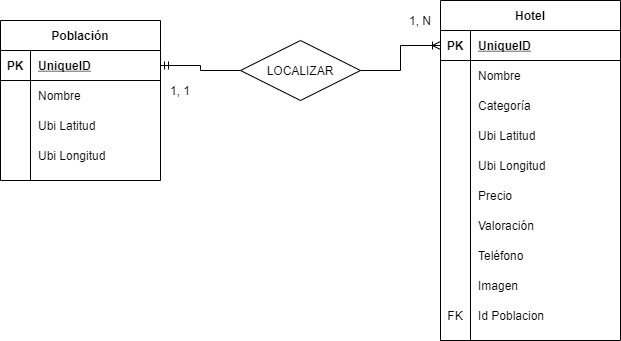
FGomis/ProyectoEquipo4 keeps this draw.io diagram as BBDD/Entidad Relación.png. Above is the earlier version. Source tidied: cells renumbered, new cells last; positions are measured from the earlier drawing's top-left corner, leaving out a move shared by most shapes.
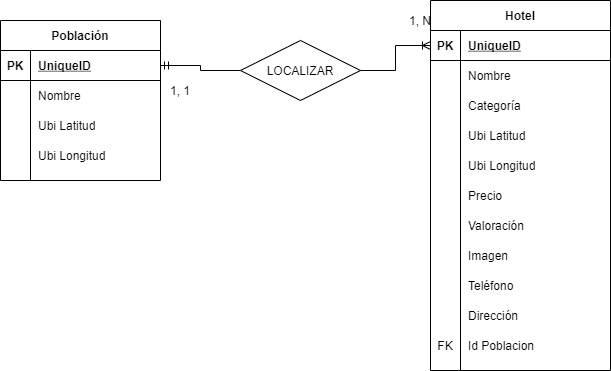
The same file after the commit.

The edit, as a diff of the source:
```diff
@@ -42,7 +42,7 @@
       <mxGeometry x="30" width="130" height="30" as="geometry" />
     </mxCell>
     <mxCell id="15" value="Hotel" style="shape=table;startSize=30;rowLines=0;fontStyle=1;align=center;" parent="1" vertex="1">
-      <mxGeometry x="440" width="180" height="340" as="geometry" />
+      <mxGeometry x="430" width="180" height="370" as="geometry" />
     </mxCell>
     <mxCell id="16" style="shape=partialRectangle;fillColor=none;top=0;left=0;bottom=1;right=0;points=[[0,0.5],[1,0.5]];portConstraint=eastwest;" parent="15" vertex="1">
       <mxGeometry y="30" width="180" height="30" as="geometry" />
@@ -107,8 +107,17 @@
     <mxCell id="36" value="Valoración" style="shape=partialRectangle;fillColor=none;top=0;left=0;bottom=0;right=0;align=left;spacingLeft=6;overflow=hidden;" parent="34" vertex="1">
       <mxGeometry x="30" width="150" height="30" as="geometry" />
     </mxCell>
+    <mxCell id="40" style="shape=partialRectangle;fillColor=none;top=0;left=0;bottom=0;right=0;" parent="15" vertex="1">
+      <mxGeometry y="240" width="180" height="30" as="geometry" />
+    </mxCell>
+    <mxCell id="41" style="shape=partialRectangle;fillColor=none;top=0;left=0;bottom=0;right=0;overflow=hidden;" parent="40" vertex="1">
+      <mxGeometry width="30" height="30" as="geometry" />
+    </mxCell>
+    <mxCell id="42" value="Imagen" style="shape=partialRectangle;fillColor=none;top=0;left=0;bottom=0;right=0;align=left;spacingLeft=6;overflow=hidden;" parent="40" vertex="1">
+      <mxGeometry x="30" width="150" height="30" as="geometry" />
+    </mxCell>
     <mxCell id="37" style="shape=partialRectangle;fillColor=none;top=0;left=0;bottom=0;right=0;" parent="15" vertex="1">
-      <mxGeometry y="240" width="180" height="30" as="geometry" />
+      <mxGeometry y="270" width="180" height="30" as="geometry" />
     </mxCell>
     <mxCell id="38" style="shape=partialRectangle;fillColor=none;top=0;left=0;bottom=0;right=0;overflow=hidden;" parent="37" vertex="1">
       <mxGeometry width="30" height="30" as="geometry" />
@@ -116,17 +125,17 @@
     <mxCell id="39" value="Teléfono" style="shape=partialRectangle;fillColor=none;top=0;left=0;bottom=0;right=0;align=left;spacingLeft=6;overflow=hidden;" parent="37" vertex="1">
       <mxGeometry x="30" width="150" height="30" as="geometry" />
     </mxCell>
-    <mxCell id="40" style="shape=partialRectangle;fillColor=none;top=0;left=0;bottom=0;right=0;" parent="15" vertex="1">
-      <mxGeometry y="270" width="180" height="30" as="geometry" />
-    </mxCell>
-    <mxCell id="41" style="shape=partialRectangle;fillColor=none;top=0;left=0;bottom=0;right=0;overflow=hidden;" parent="40" vertex="1">
-      <mxGeometry width="30" height="30" as="geometry" />
-    </mxCell>
-    <mxCell id="42" value="Imagen" style="shape=partialRectangle;fillColor=none;top=0;left=0;bottom=0;right=0;align=left;spacingLeft=6;overflow=hidden;" parent="40" vertex="1">
-      <mxGeometry x="30" width="150" height="30" as="geometry" />
-    </mxCell>
+    <mxCell id="51" style="shape=partialRectangle;fillColor=none;top=0;left=0;bottom=0;right=0;" parent="15" vertex="1">
+      <mxGeometry y="300" width="180" height="30" as="geometry" />
+    </mxCell>
+    <mxCell id="52" style="shape=partialRectangle;fillColor=none;top=0;left=0;bottom=0;right=0;overflow=hidden;" parent="51" vertex="1">
+      <mxGeometry width="30" height="30" as="geometry" />
+    </mxCell>
+    <mxCell id="53" value="Dirección" style="shape=partialRectangle;fillColor=none;top=0;left=0;bottom=0;right=0;align=left;spacingLeft=6;overflow=hidden;" parent="51" vertex="1">
+      <mxGeometry x="30" width="150" height="30" as="geometry" />
+    </mxCell>
     <mxCell id="43" style="shape=partialRectangle;fillColor=none;top=0;left=0;bottom=0;right=0;" parent="15" vertex="1">
-      <mxGeometry y="300" width="180" height="30" as="geometry" />
+      <mxGeometry y="330" width="180" height="30" as="geometry" />
     </mxCell>
     <mxCell id="44" value="FK" style="shape=partialRectangle;fillColor=none;top=0;left=0;bottom=0;right=0;fontStyle=0;overflow=hidden;" parent="43" vertex="1">
       <mxGeometry width="30" height="30" as="geometry" />
```
